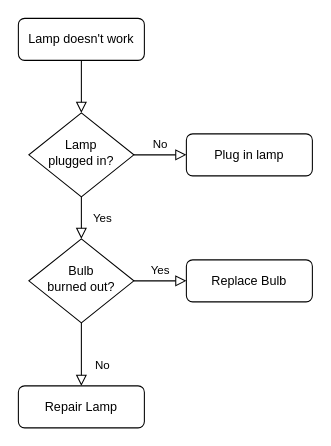
GajaraajaaV/flowcharts keeps this draw.io diagram as Untitled Diagram.drawio. Above is the earlier version. Source tidied: cells renumbered, new cells numbered last; positions are measured from the earlier drawing's top-left corner, leaving out a move shared by most shapes. Both pictures are drawn from the tidied source at 105%, with x=0, y=0 at pixel (18, 18).
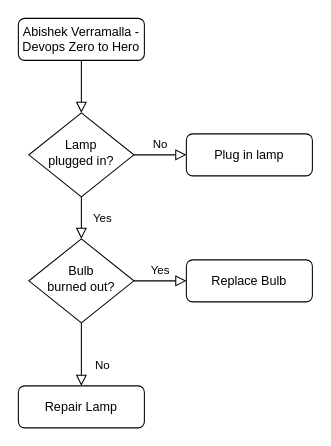
The same diagram, later.

Change to the diagram source:
```diff
@@
 <mxGraphModel>
   <root>
     <mxCell id="0" />
     <mxCell id="1" parent="0" />
     <mxCell id="2" style="rounded=0;html=1;jettySize=auto;fontSize=11;endArrow=block;endFill=0;endSize=8;strokeWidth=1;shadow=0;labelBackgroundColor=none;edgeStyle=orthogonalEdgeStyle;" parent="1" edge="1" source="3" target="6">
       <mxGeometry relative="1" as="geometry" />
     </mxCell>
-    <mxCell id="3" value="Lamp doesn't work" style="rounded=1;whiteSpace=wrap;html=1;fontSize=12;glass=0;strokeWidth=1;shadow=0;" parent="1" vertex="1">
+    <mxCell id="3" value="Abishek Verramalla - Devops Zero to Hero" style="rounded=1;whiteSpace=wrap;html=1;fontSize=12;glass=0;strokeWidth=1;shadow=0;" parent="1" vertex="1">
       <mxGeometry width="120" height="40" as="geometry" />
     </mxCell>
     <mxCell id="4" value="Yes" style="rounded=0;html=1;jettySize=auto;fontSize=11;endArrow=block;endFill=0;endSize=8;strokeWidth=1;shadow=0;labelBackgroundColor=none;edgeStyle=orthogonalEdgeStyle;" parent="1" edge="1" source="6" target="10">
       <mxGeometry y="20" relative="1" as="geometry" />
     </mxCell>
     <mxCell id="5" value="No" style="edgeStyle=orthogonalEdgeStyle;rounded=0;html=1;jettySize=auto;fontSize=11;endArrow=block;endFill=0;endSize=8;strokeWidth=1;shadow=0;labelBackgroundColor=none;" parent="1" edge="1" source="6" target="7">
       <mxGeometry y="10" relative="1" as="geometry" />
     </mxCell>
     <mxCell id="6" value="Lamp&lt;br&gt;plugged in?" style="rhombus;whiteSpace=wrap;html=1;shadow=0;fontFamily=Helvetica;fontSize=12;align=center;strokeWidth=1;spacing=6;spacingTop=-4;" parent="1" vertex="1">
       <mxGeometry x="10" y="90" width="100" height="80" as="geometry" />
     </mxCell>
     <mxCell id="7" value="Plug in lamp" style="rounded=1;whiteSpace=wrap;html=1;fontSize=12;glass=0;strokeWidth=1;shadow=0;" parent="1" vertex="1">
       <mxGeometry x="160" y="110" width="120" height="40" as="geometry" />
     </mxCell>
     <mxCell id="8" value="No" style="rounded=0;html=1;jettySize=auto;fontSize=11;endArrow=block;endFill=0;endSize=8;strokeWidth=1;shadow=0;labelBackgroundColor=none;edgeStyle=orthogonalEdgeStyle;" parent="1" edge="1" source="10" target="11">
       <mxGeometry x="0.33" y="20" relative="1" as="geometry" />
     </mxCell>
     <mxCell id="9" value="Yes" style="edgeStyle=orthogonalEdgeStyle;rounded=0;html=1;jettySize=auto;fontSize=11;endArrow=block;endFill=0;endSize=8;strokeWidth=1;shadow=0;labelBackgroundColor=none;" parent="1" edge="1" source="10" target="12">
       <mxGeometry y="10" relative="1" as="geometry" />
     </mxCell>
     <mxCell id="10" value="Bulb&lt;br&gt;burned out?" style="rhombus;whiteSpace=wrap;html=1;shadow=0;fontFamily=Helvetica;fontSize=12;align=center;strokeWidth=1;spacing=6;spacingTop=-4;" parent="1" vertex="1">
       <mxGeometry x="10" y="210" width="100" height="80" as="geometry" />
     </mxCell>
     <mxCell id="11" value="Repair Lamp" style="rounded=1;whiteSpace=wrap;html=1;fontSize=12;glass=0;strokeWidth=1;shadow=0;" parent="1" vertex="1">
       <mxGeometry y="350" width="120" height="40" as="geometry" />
     </mxCell>
     <mxCell id="12" value="Replace Bulb" style="rounded=1;whiteSpace=wrap;html=1;fontSize=12;glass=0;strokeWidth=1;shadow=0;" parent="1" vertex="1">
       <mxGeometry x="160" y="230" width="120" height="40" as="geometry" />
     </mxCell>
   </root>
 </mxGraphModel>
```
